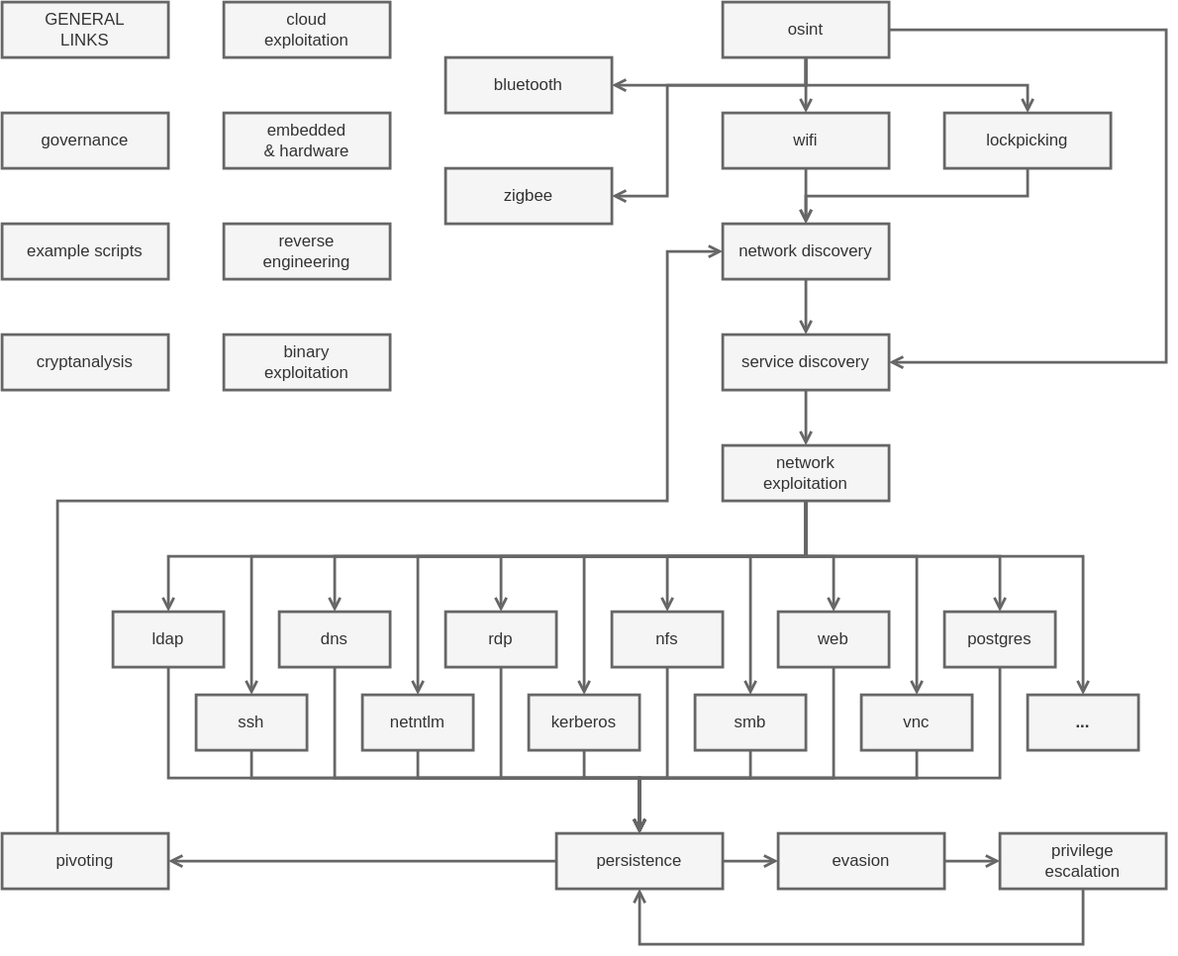
0b11stan/blog keeps this draw.io diagram as posts/notes/pwn/tree.svg. Above is the earlier version. Source tidied: cells renumbered, new cells last; positions are measured from the earlier drawing's top-left corner, leaving out a move shared by most shapes.
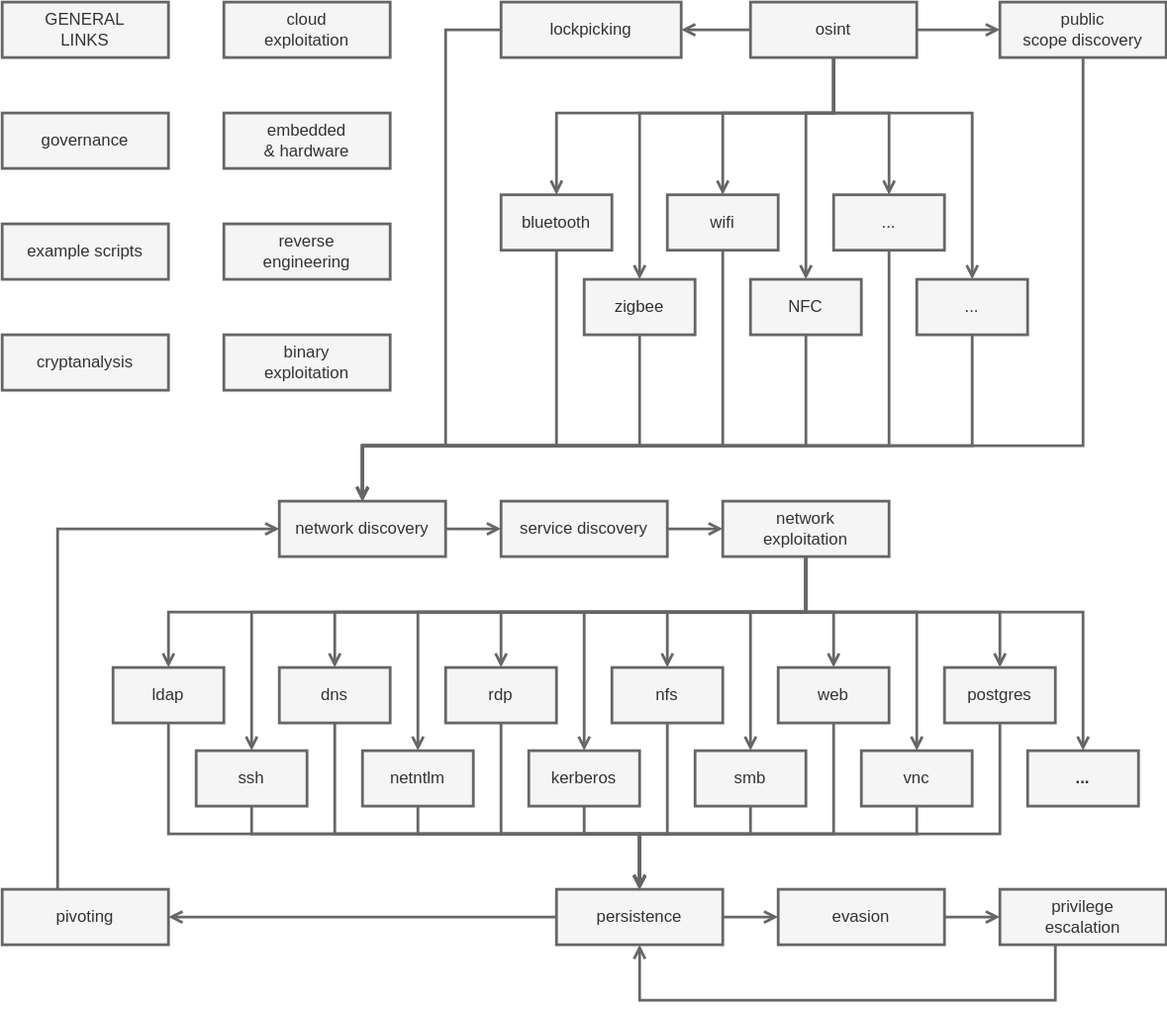
The same file after the commit.

The edit, as a diff of the source:
```diff
@@ -5,57 +5,86 @@
     <mxCell id="2" style="edgeStyle=orthogonalEdgeStyle;rounded=0;jettySize=auto;html=1;fillColor=#f5f5f5;strokeColor=#666666;strokeWidth=2;endArrow=open;endFill=0;" parent="1" edge="1" source="7" target="9">
       <mxGeometry relative="1" as="geometry">
         <Array as="points">
-          <mxPoint x="580" y="60" />
-          <mxPoint x="740" y="60" />
+          <mxPoint x="600" y="40" />
+          <mxPoint x="640" y="40" />
         </Array>
       </mxGeometry>
     </mxCell>
     <mxCell id="3" style="edgeStyle=orthogonalEdgeStyle;rounded=0;jettySize=auto;html=1;fillColor=#f5f5f5;strokeColor=#666666;strokeWidth=2;endArrow=open;endFill=0;" parent="1" edge="1" source="7" target="11">
-      <mxGeometry relative="1" as="geometry" />
+      <mxGeometry relative="1" as="geometry">
+        <Array as="points">
+          <mxPoint x="600" y="40" />
+          <mxPoint x="520" y="40" />
+        </Array>
+      </mxGeometry>
     </mxCell>
-    <mxCell id="4" style="edgeStyle=orthogonalEdgeStyle;rounded=0;jettySize=auto;html=1;strokeWidth=2;fillColor=#f5f5f5;strokeColor=#666666;endArrow=open;endFill=0;" parent="1" edge="1" source="7" target="26">
-      <mxGeometry relative="1" as="geometry">
-        <Array as="points">
-          <mxPoint x="840" y="20" />
-          <mxPoint x="840" y="260" />
-        </Array>
-      </mxGeometry>
-    </mxCell>
     <mxCell id="5" style="edgeStyle=orthogonalEdgeStyle;rounded=0;jettySize=auto;html=1;endArrow=open;endFill=0;strokeWidth=2;fillColor=#f5f5f5;strokeColor=#666666;" parent="1" edge="1" source="7" target="53">
       <mxGeometry relative="1" as="geometry">
         <Array as="points">
-          <mxPoint x="580" y="60" />
+          <mxPoint x="600" y="40" />
+          <mxPoint x="400" y="40" />
         </Array>
       </mxGeometry>
     </mxCell>
     <mxCell id="6" style="edgeStyle=orthogonalEdgeStyle;rounded=0;jettySize=auto;html=1;endArrow=open;endFill=0;strokeWidth=2;fillColor=#f5f5f5;strokeColor=#666666;" parent="1" edge="1" source="7" target="54">
       <mxGeometry relative="1" as="geometry">
         <Array as="points">
-          <mxPoint x="580" y="60" />
-          <mxPoint x="480" y="60" />
-          <mxPoint x="480" y="140" />
+          <mxPoint x="600" y="40" />
+          <mxPoint x="460" y="40" />
         </Array>
       </mxGeometry>
     </mxCell>
+    <mxCell id="71" style="edgeStyle=orthogonalEdgeStyle;rounded=0;jettySize=auto;html=1;fillColor=#f5f5f5;strokeColor=#666666;strokeWidth=2;endArrow=open;endFill=0;" parent="1" edge="1" source="7" target="78">
+      <mxGeometry relative="1" as="geometry">
+        <Array as="points">
+          <mxPoint x="660" y="-20" />
+          <mxPoint x="660" y="-20" />
+        </Array>
+      </mxGeometry>
+    </mxCell>
+    <mxCell id="72" style="edgeStyle=orthogonalEdgeStyle;rounded=0;jettySize=auto;html=1;endArrow=open;endFill=0;strokeWidth=2;fillColor=#f5f5f5;strokeColor=#666666;" parent="1" edge="1" source="7" target="81">
+      <mxGeometry relative="1" as="geometry">
+        <Array as="points">
+          <mxPoint x="600" y="40" />
+          <mxPoint x="580" y="40" />
+        </Array>
+      </mxGeometry>
+    </mxCell>
+    <mxCell id="73" style="edgeStyle=orthogonalEdgeStyle;rounded=0;jettySize=auto;html=1;endArrow=open;endFill=0;strokeWidth=2;fillColor=#f5f5f5;strokeColor=#666666;" parent="1" edge="1" source="7" target="83">
+      <mxGeometry relative="1" as="geometry" />
+    </mxCell>
+    <mxCell id="74" style="edgeStyle=orthogonalEdgeStyle;rounded=0;jettySize=auto;html=1;endArrow=open;endFill=0;strokeWidth=2;fillColor=#f5f5f5;strokeColor=#666666;" parent="1" edge="1" source="7" target="85">
+      <mxGeometry relative="1" as="geometry">
+        <Array as="points">
+          <mxPoint x="600" y="40" />
+          <mxPoint x="700" y="40" />
+        </Array>
+      </mxGeometry>
+    </mxCell>
     <mxCell id="7" value="osint" style="rounded=0;whiteSpace=wrap;html=1;fillColor=#f5f5f5;fontColor=#333333;strokeColor=#666666;strokeWidth=2;" parent="1" vertex="1">
-      <mxGeometry x="520" width="120" height="40" as="geometry" />
+      <mxGeometry x="540" y="-40" width="120" height="40" as="geometry" />
     </mxCell>
     <mxCell id="8" style="edgeStyle=orthogonalEdgeStyle;rounded=0;jettySize=auto;html=1;fillColor=#f5f5f5;strokeColor=#666666;strokeWidth=2;endArrow=open;endFill=0;" parent="1" edge="1" source="9" target="15">
       <mxGeometry relative="1" as="geometry">
         <Array as="points">
-          <mxPoint x="740" y="140" />
-          <mxPoint x="580" y="140" />
+          <mxPoint x="640" y="280" />
+          <mxPoint x="260" y="280" />
         </Array>
       </mxGeometry>
     </mxCell>
-    <mxCell id="9" value="lockpicking" style="rounded=0;whiteSpace=wrap;html=1;fillColor=#f5f5f5;fontColor=#333333;strokeColor=#666666;strokeWidth=2;" parent="1" vertex="1">
-      <mxGeometry x="680" y="80" width="120" height="40" as="geometry" />
+    <mxCell id="9" value="..." style="rounded=0;whiteSpace=wrap;html=1;fillColor=#f5f5f5;fontColor=#333333;strokeColor=#666666;strokeWidth=2;" parent="1" vertex="1">
+      <mxGeometry x="600" y="99" width="80" height="40" as="geometry" />
     </mxCell>
     <mxCell id="10" style="edgeStyle=orthogonalEdgeStyle;rounded=0;jettySize=auto;html=1;fillColor=#f5f5f5;strokeColor=#666666;strokeWidth=2;endArrow=open;endFill=0;" parent="1" edge="1" source="11" target="15">
-      <mxGeometry relative="1" as="geometry" />
+      <mxGeometry relative="1" as="geometry">
+        <Array as="points">
+          <mxPoint x="520" y="280" />
+          <mxPoint x="260" y="280" />
+        </Array>
+      </mxGeometry>
     </mxCell>
     <mxCell id="11" value="wifi" style="rounded=0;whiteSpace=wrap;html=1;fillColor=#f5f5f5;fontColor=#333333;strokeColor=#666666;strokeWidth=2;" parent="1" vertex="1">
-      <mxGeometry x="520" y="80" width="120" height="40" as="geometry" />
+      <mxGeometry x="480" y="99" width="80" height="40" as="geometry" />
     </mxCell>
     <mxCell id="12" style="edgeStyle=orthogonalEdgeStyle;rounded=0;jettySize=auto;html=1;fillColor=#f5f5f5;strokeColor=#666666;strokeWidth=2;endArrow=open;endFill=0;" parent="1" edge="1" source="13" target="37">
       <mxGeometry relative="1" as="geometry">
@@ -72,7 +101,7 @@
       <mxGeometry relative="1" as="geometry" />
     </mxCell>
     <mxCell id="15" value="network discovery" style="rounded=0;whiteSpace=wrap;html=1;fillColor=#f5f5f5;fontColor=#333333;strokeColor=#666666;strokeWidth=2;" parent="1" vertex="1">
-      <mxGeometry x="520" y="160" width="120" height="40" as="geometry" />
+      <mxGeometry x="200" y="320" width="120" height="40" as="geometry" />
     </mxCell>
     <mxCell id="16" style="edgeStyle=orthogonalEdgeStyle;rounded=0;jettySize=auto;html=1;fillColor=#f5f5f5;strokeColor=#666666;strokeWidth=2;endArrow=open;endFill=0;" parent="1" edge="1" source="60" target="28">
       <mxGeometry relative="1" as="geometry">
@@ -150,7 +179,7 @@
       <mxGeometry relative="1" as="geometry" />
     </mxCell>
     <mxCell id="26" value="service discovery" style="rounded=0;whiteSpace=wrap;html=1;fillColor=#f5f5f5;fontColor=#333333;strokeColor=#666666;strokeWidth=2;" parent="1" vertex="1">
-      <mxGeometry x="520" y="240" width="120" height="40" as="geometry" />
+      <mxGeometry x="360" y="320" width="120" height="40" as="geometry" />
     </mxCell>
     <mxCell id="27" style="edgeStyle=orthogonalEdgeStyle;rounded=0;jettySize=auto;html=1;endArrow=open;endFill=0;strokeWidth=2;fillColor=#f5f5f5;strokeColor=#666666;" parent="1" edge="1" source="28" target="37">
       <mxGeometry relative="1" as="geometry">
@@ -213,7 +242,7 @@
     <mxCell id="38" style="edgeStyle=orthogonalEdgeStyle;rounded=0;jettySize=auto;html=1;fillColor=#f5f5f5;strokeColor=#666666;strokeWidth=2;endArrow=open;endFill=0;" parent="1" edge="1" source="39" target="37">
       <mxGeometry relative="1" as="geometry">
         <Array as="points">
-          <mxPoint x="780" y="680" />
+          <mxPoint x="760" y="680" />
           <mxPoint x="460" y="680" />
         </Array>
       </mxGeometry>
@@ -224,9 +253,7 @@
     <mxCell id="40" style="edgeStyle=orthogonalEdgeStyle;rounded=0;jettySize=auto;html=1;fillColor=#f5f5f5;strokeColor=#666666;strokeWidth=2;endArrow=open;endFill=0;" parent="1" edge="1" source="41" target="15">
       <mxGeometry relative="1" as="geometry">
         <Array as="points">
-          <mxPoint x="40" y="360" />
-          <mxPoint x="480" y="360" />
-          <mxPoint x="480" y="180" />
+          <mxPoint x="40" y="340" />
         </Array>
       </mxGeometry>
     </mxCell>
@@ -278,19 +305,35 @@
       <mxGeometry x="380" y="500" width="80" height="40" as="geometry" />
     </mxCell>
     <mxCell id="50" value="reverse&lt;br&gt;engineering" style="rounded=0;whiteSpace=wrap;html=1;fillColor=#f5f5f5;fontColor=#333333;strokeColor=#666666;strokeWidth=2;" parent="1" vertex="1">
-      <mxGeometry x="160" y="160" width="120" height="40" as="geometry" />
+      <mxGeometry x="160" y="120" width="120" height="40" as="geometry" />
     </mxCell>
     <mxCell id="51" value="cryptanalysis" style="rounded=0;whiteSpace=wrap;html=1;fillColor=#f5f5f5;fontColor=#333333;strokeColor=#666666;strokeWidth=2;" parent="1" vertex="1">
-      <mxGeometry y="240" width="120" height="40" as="geometry" />
+      <mxGeometry y="200" width="120" height="40" as="geometry" />
     </mxCell>
     <mxCell id="52" value="embedded&lt;br&gt;&amp;amp; hardware" style="rounded=0;whiteSpace=wrap;html=1;fillColor=#f5f5f5;fontColor=#333333;strokeColor=#666666;strokeWidth=2;" parent="1" vertex="1">
-      <mxGeometry x="160" y="80" width="120" height="40" as="geometry" />
+      <mxGeometry x="160" y="40" width="120" height="40" as="geometry" />
     </mxCell>
+    <mxCell id="75" style="edgeStyle=orthogonalEdgeStyle;rounded=0;jettySize=auto;html=1;endArrow=open;endFill=0;strokeWidth=2;fillColor=#f5f5f5;strokeColor=#666666;" parent="1" edge="1" source="53" target="15">
+      <mxGeometry relative="1" as="geometry">
+        <Array as="points">
+          <mxPoint x="400" y="280" />
+          <mxPoint x="260" y="280" />
+        </Array>
+      </mxGeometry>
+    </mxCell>
     <mxCell id="53" value="bluetooth" style="rounded=0;whiteSpace=wrap;html=1;fillColor=#f5f5f5;fontColor=#333333;strokeColor=#666666;strokeWidth=2;" parent="1" vertex="1">
-      <mxGeometry x="320" y="40" width="120" height="40" as="geometry" />
+      <mxGeometry x="360" y="99" width="80" height="40" as="geometry" />
     </mxCell>
+    <mxCell id="76" style="edgeStyle=orthogonalEdgeStyle;rounded=0;jettySize=auto;html=1;endArrow=open;endFill=0;strokeWidth=2;fillColor=#f5f5f5;strokeColor=#666666;" parent="1" edge="1" source="54" target="15">
+      <mxGeometry relative="1" as="geometry">
+        <Array as="points">
+          <mxPoint x="460" y="280" />
+          <mxPoint x="260" y="280" />
+        </Array>
+      </mxGeometry>
+    </mxCell>
     <mxCell id="54" value="zigbee" style="rounded=0;whiteSpace=wrap;html=1;fillColor=#f5f5f5;fontColor=#333333;strokeColor=#666666;strokeWidth=2;" parent="1" vertex="1">
-      <mxGeometry x="320" y="120" width="120" height="40" as="geometry" />
+      <mxGeometry x="420" y="160" width="80" height="40" as="geometry" />
     </mxCell>
     <mxCell id="55" style="edgeStyle=orthogonalEdgeStyle;rounded=0;jettySize=auto;html=1;strokeWidth=2;fillColor=#f5f5f5;strokeColor=#666666;endArrow=open;endFill=0;" parent="1" edge="1" source="56" target="39">
       <mxGeometry relative="1" as="geometry" />
@@ -326,19 +369,19 @@
       <mxGeometry x="520" y="320" width="120" height="40" as="geometry" />
     </mxCell>
     <mxCell id="61" value="binary&lt;br&gt;exploitation" style="rounded=0;whiteSpace=wrap;html=1;fillColor=#f5f5f5;fontColor=#333333;strokeColor=#666666;strokeWidth=2;" parent="1" vertex="1">
-      <mxGeometry x="160" y="240" width="120" height="40" as="geometry" />
+      <mxGeometry x="160" y="200" width="120" height="40" as="geometry" />
     </mxCell>
     <mxCell id="62" value="cloud&lt;br&gt;exploitation" style="rounded=0;whiteSpace=wrap;html=1;fillColor=#f5f5f5;fontColor=#333333;strokeColor=#666666;strokeWidth=2;" parent="1" vertex="1">
-      <mxGeometry x="160" width="120" height="40" as="geometry" />
+      <mxGeometry x="160" y="-40" width="120" height="40" as="geometry" />
     </mxCell>
     <mxCell id="63" value="GENERAL&lt;br&gt;LINKS" style="rounded=0;whiteSpace=wrap;html=1;fillColor=#f5f5f5;fontColor=#333333;strokeColor=#666666;strokeWidth=2;" parent="1" vertex="1">
-      <mxGeometry width="120" height="40" as="geometry" />
+      <mxGeometry y="-40" width="120" height="40" as="geometry" />
     </mxCell>
     <mxCell id="64" value="governance" style="rounded=0;whiteSpace=wrap;html=1;fillColor=#f5f5f5;fontColor=#333333;strokeColor=#666666;strokeWidth=2;" parent="1" vertex="1">
-      <mxGeometry y="80" width="120" height="40" as="geometry" />
+      <mxGeometry y="40" width="120" height="40" as="geometry" />
     </mxCell>
     <mxCell id="65" value="example scripts" style="rounded=0;whiteSpace=wrap;html=1;fillColor=#f5f5f5;fontColor=#333333;strokeColor=#666666;strokeWidth=2;" parent="1" vertex="1">
-      <mxGeometry y="160" width="120" height="40" as="geometry" />
+      <mxGeometry y="120" width="120" height="40" as="geometry" />
     </mxCell>
     <mxCell id="66" style="edgeStyle=orthogonalEdgeStyle;rounded=0;jettySize=auto;html=1;endArrow=open;endFill=0;strokeWidth=2;fillColor=#f5f5f5;strokeColor=#666666;" parent="1" edge="1" source="67" target="37">
       <mxGeometry relative="1" as="geometry">
@@ -365,5 +408,53 @@
     <mxCell id="70" value="&lt;b&gt;...&lt;/b&gt;" style="rounded=0;whiteSpace=wrap;html=1;fillColor=#f5f5f5;fontColor=#333333;strokeColor=#666666;strokeWidth=2;" parent="1" vertex="1">
       <mxGeometry x="740" y="500" width="80" height="40" as="geometry" />
     </mxCell>
+    <mxCell id="77" style="edgeStyle=orthogonalEdgeStyle;rounded=0;jettySize=auto;html=1;endArrow=open;endFill=0;strokeWidth=2;fillColor=#f5f5f5;strokeColor=#666666;" parent="1" edge="1" source="78" target="15">
+      <mxGeometry relative="1" as="geometry">
+        <Array as="points">
+          <mxPoint x="780" y="280" />
+          <mxPoint x="260" y="280" />
+        </Array>
+      </mxGeometry>
+    </mxCell>
+    <mxCell id="78" value="public&lt;br&gt;scope discovery" style="rounded=0;whiteSpace=wrap;html=1;fillColor=#f5f5f5;fontColor=#333333;strokeColor=#666666;strokeWidth=2;" parent="1" vertex="1">
+      <mxGeometry x="720" y="-40" width="120" height="40" as="geometry" />
+    </mxCell>
+    <mxCell id="79" style="edgeStyle=orthogonalEdgeStyle;rounded=0;orthogonalLoop=1;jettySize=auto;html=1;exitX=0.5;exitY=1;exitDx=0;exitDy=0;endArrow=open;endFill=0;strokeWidth=2;fillColor=#f5f5f5;strokeColor=#666666;" parent="1" edge="1" source="54" target="54">
+      <mxGeometry relative="1" as="geometry" />
+    </mxCell>
+    <mxCell id="80" style="edgeStyle=orthogonalEdgeStyle;rounded=0;jettySize=auto;html=1;endArrow=open;endFill=0;strokeWidth=2;fillColor=#f5f5f5;strokeColor=#666666;" parent="1" edge="1" source="81" target="15">
+      <mxGeometry relative="1" as="geometry">
+        <Array as="points">
+          <mxPoint x="580" y="280" />
+          <mxPoint x="260" y="280" />
+        </Array>
+      </mxGeometry>
+    </mxCell>
+    <mxCell id="81" value="NFC" style="rounded=0;whiteSpace=wrap;html=1;fillColor=#f5f5f5;fontColor=#333333;strokeColor=#666666;strokeWidth=2;" parent="1" vertex="1">
+      <mxGeometry x="540" y="160" width="80" height="40" as="geometry" />
+    </mxCell>
+    <mxCell id="82" style="edgeStyle=orthogonalEdgeStyle;rounded=0;jettySize=auto;html=1;endArrow=open;endFill=0;strokeWidth=2;fillColor=#f5f5f5;strokeColor=#666666;" parent="1" edge="1" source="83" target="15">
+      <mxGeometry relative="1" as="geometry">
+        <Array as="points">
+          <mxPoint x="320" y="-20" />
+          <mxPoint x="320" y="280" />
+          <mxPoint x="260" y="280" />
+        </Array>
+      </mxGeometry>
+    </mxCell>
+    <mxCell id="83" value="lockpicking" style="rounded=0;whiteSpace=wrap;html=1;fillColor=#f5f5f5;fontColor=#333333;strokeColor=#666666;strokeWidth=2;" parent="1" vertex="1">
+      <mxGeometry x="360" y="-40" width="130" height="40" as="geometry" />
+    </mxCell>
+    <mxCell id="84" style="edgeStyle=orthogonalEdgeStyle;rounded=0;jettySize=auto;html=1;endArrow=open;endFill=0;strokeWidth=2;fillColor=#f5f5f5;strokeColor=#666666;" parent="1" edge="1" source="85" target="15">
+      <mxGeometry relative="1" as="geometry">
+        <Array as="points">
+          <mxPoint x="700" y="280" />
+          <mxPoint x="260" y="280" />
+        </Array>
+      </mxGeometry>
+    </mxCell>
+    <mxCell id="85" value="..." style="rounded=0;whiteSpace=wrap;html=1;fillColor=#f5f5f5;fontColor=#333333;strokeColor=#666666;strokeWidth=2;" parent="1" vertex="1">
+      <mxGeometry x="660" y="160" width="80" height="40" as="geometry" />
+    </mxCell>
   </root>
 </mxGraphModel>
```
